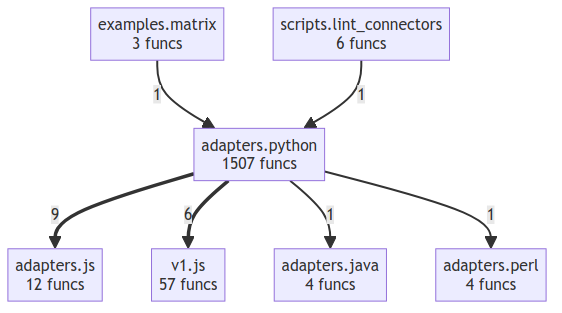
Earlier version of the Mermaid export project/compact_flow.png (tellmesh/urihandler). Its source is kept beside it as project/compact_flow.mmd.
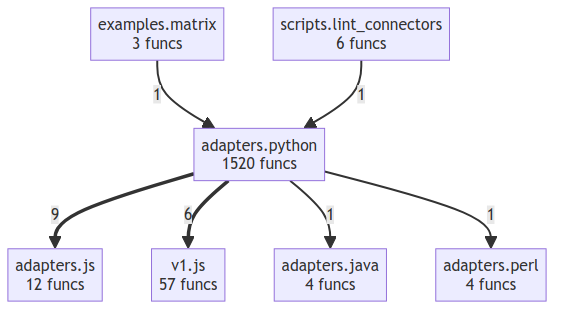
After the change.

Change to the diagram source:
```diff
@@ -2,7 +2,7 @@
     adapters__java["adapters.java<br/>4 funcs"]
     adapters__js["adapters.js<br/>12 funcs"]
     adapters__perl["adapters.perl<br/>4 funcs"]
-    adapters__python["adapters.python<br/>1507 funcs"]
+    adapters__python["adapters.python<br/>1520 funcs"]
     examples__matrix["examples.matrix<br/>3 funcs"]
     scripts__lint_connectors["scripts.lint_connectors<br/>6 funcs"]
     v1__js["v1.js<br/>57 funcs"]
```
